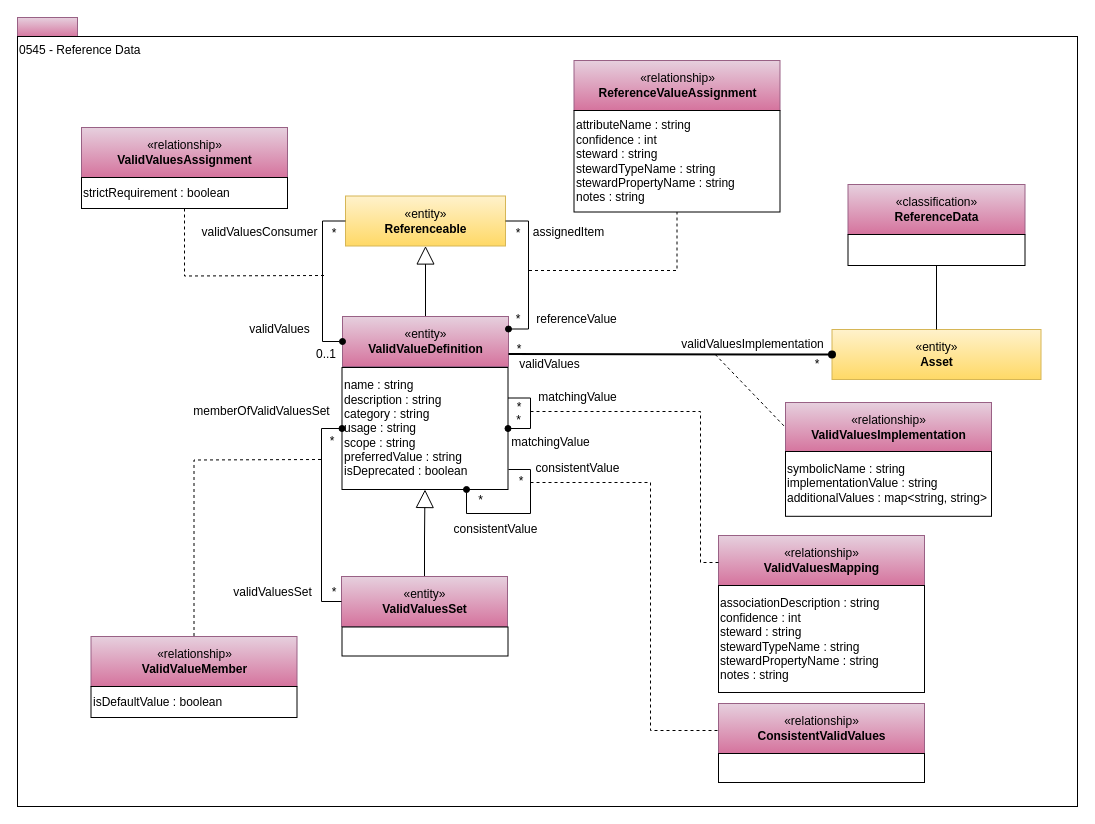
The draw.io diagram page "0545-Reference-Data" (26 of 34) of site/docs/types/5/area-5-models-and-schema.drawio in odpi/egeria-docs, before the edit. Source tidied: cells renumbered, new cells numbered last; positions are measured from the earlier drawing's top-left corner, leaving out a move shared by most shapes. Both pictures are drawn from the tidied source at 100%, with x=0, y=0 at pixel (17, 17).
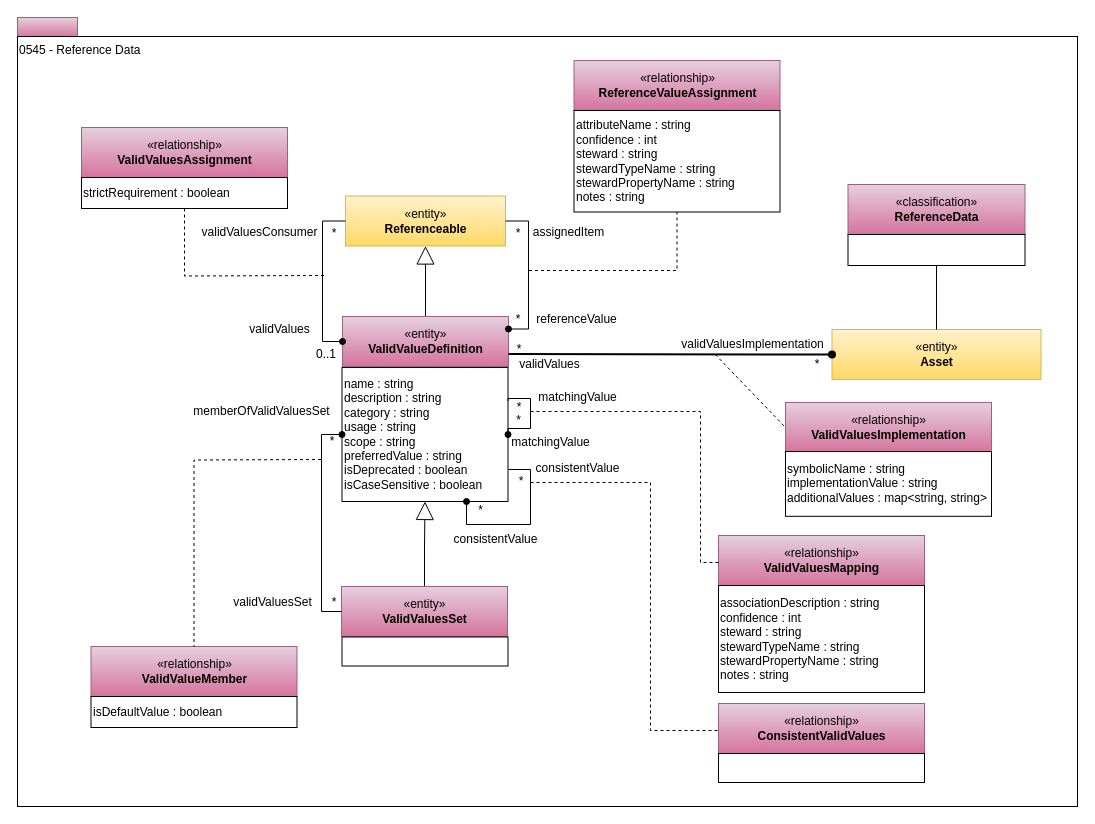
Above is the later version.

Change to the diagram source:
```diff
@@
-    <mxCell id="6" value="&lt;span&gt;name : string&lt;br&gt;&lt;/span&gt;&lt;span&gt;description : string&lt;br&gt;&lt;/span&gt;category : string&lt;br&gt;&lt;span&gt;usage : string&lt;/span&gt;&lt;br&gt;&lt;span&gt;scope : string&lt;br&gt;preferredValue : string&lt;br&gt;isDeprecated : boolean&lt;br&gt;&lt;/span&gt;" style="rounded=0;whiteSpace=wrap;html=1;strokeColor=#000000;gradientColor=#ffffff;align=left;" parent="1" vertex="1">
-      <mxGeometry x="324.5" y="350" width="166" height="122" as="geometry" />
+    <mxCell id="6" value="&lt;span&gt;name : string&lt;br&gt;&lt;/span&gt;&lt;span&gt;description : string&lt;br&gt;&lt;/span&gt;category : string&lt;br&gt;&lt;span&gt;usage : string&lt;/span&gt;&lt;br&gt;&lt;span&gt;scope : string&lt;br&gt;preferredValue : string&lt;br&gt;isDeprecated : boolean&lt;br&gt;isCaseSensitive : boolean&lt;br&gt;&lt;/span&gt;" style="rounded=0;whiteSpace=wrap;html=1;strokeColor=#000000;gradientColor=#ffffff;align=left;" parent="1" vertex="1">
+      <mxGeometry x="324.5" y="350" width="166" height="134" as="geometry" />
     </mxCell>
@@
     <mxCell id="20" value="«entity»&lt;br&gt;&lt;b&gt;ValidValuesSet&lt;/b&gt;" style="html=1;strokeColor=#996185;align=center;fillColor=#e6d0de;gradientColor=#d5739d;" parent="1" vertex="1">
-      <mxGeometry x="324" y="559" width="166" height="50" as="geometry" />
+      <mxGeometry x="324" y="569" width="166" height="50" as="geometry" />
     </mxCell>
     <mxCell id="21" style="rounded=0;whiteSpace=wrap;html=1;strokeColor=#000000;gradientColor=#ffffff;align=left;" parent="1" vertex="1">
-      <mxGeometry x="324.5" y="609.5" width="166" height="29" as="geometry" />
+      <mxGeometry x="324.5" y="619.5" width="166" height="29" as="geometry" />
     </mxCell>
@@
     <mxCell id="26" value="validValuesSet" style="text;html=1;strokeColor=none;fillColor=none;align=center;verticalAlign=middle;whiteSpace=wrap;rounded=0;" parent="1" vertex="1">
-      <mxGeometry x="208.5" y="565" width="93" height="20" as="geometry" />
+      <mxGeometry x="208.5" y="575" width="93" height="20" as="geometry" />
     </mxCell>
@@
     <mxCell id="30" value="*" style="text;html=1;strokeColor=none;fillColor=none;align=center;verticalAlign=middle;whiteSpace=wrap;rounded=0;" parent="1" vertex="1">
-      <mxGeometry x="296.5" y="565" width="40" height="20" as="geometry" />
+      <mxGeometry x="296.5" y="575" width="40" height="20" as="geometry" />
     </mxCell>
@@
     <mxCell id="33" value="«relationship»&lt;br&gt;&lt;b&gt;ValidValueMember&lt;/b&gt;" style="html=1;strokeColor=#996185;align=center;fillColor=#e6d0de;gradientColor=#d5739d;" parent="1" vertex="1">
-      <mxGeometry x="73.5" y="619" width="206" height="50" as="geometry" />
+      <mxGeometry x="73.5" y="629" width="206" height="50" as="geometry" />
     </mxCell>
@@
     <mxCell id="35" value="isDefaultValue : boolean" style="rounded=0;whiteSpace=wrap;html=1;strokeColor=#000000;gradientColor=#ffffff;align=left;" parent="1" vertex="1">
-      <mxGeometry x="73.5" y="669" width="206" height="31" as="geometry" />
+      <mxGeometry x="73.5" y="679" width="206" height="31" as="geometry" />
     </mxCell>
@@
     <mxCell id="55" style="edgeStyle=orthogonalEdgeStyle;rounded=0;jettySize=auto;html=1;exitX=1;exitY=0.25;exitDx=0;exitDy=0;entryX=0.75;entryY=1;entryDx=0;entryDy=0;endArrow=oval;endFill=1;" parent="1" edge="1" target="6">
       <mxGeometry relative="1" as="geometry">
         <mxPoint x="491" y="452" as="sourcePoint" />
         <Array as="points">
           <mxPoint x="513" y="452" />
-          <mxPoint x="513" y="496" />
-          <mxPoint x="449" y="496" />
+          <mxPoint x="513" y="507" />
+          <mxPoint x="449" y="507" />
         </Array>
       </mxGeometry>
     </mxCell>
@@
     <mxCell id="57" value="consistentValue" style="text;html=1;strokeColor=none;fillColor=none;align=center;verticalAlign=middle;whiteSpace=wrap;rounded=0;" parent="1" vertex="1">
-      <mxGeometry x="436" y="502" width="84.5" height="20" as="geometry" />
+      <mxGeometry x="436" y="512" width="84.5" height="20" as="geometry" />
     </mxCell>
@@
     <mxCell id="61" value="*" style="text;html=1;align=center;verticalAlign=middle;" parent="1" vertex="1">
-      <mxGeometry x="455" y="474" width="15" height="18" as="geometry" />
+      <mxGeometry x="455" y="484" width="15" height="18" as="geometry" />
     </mxCell>
```
